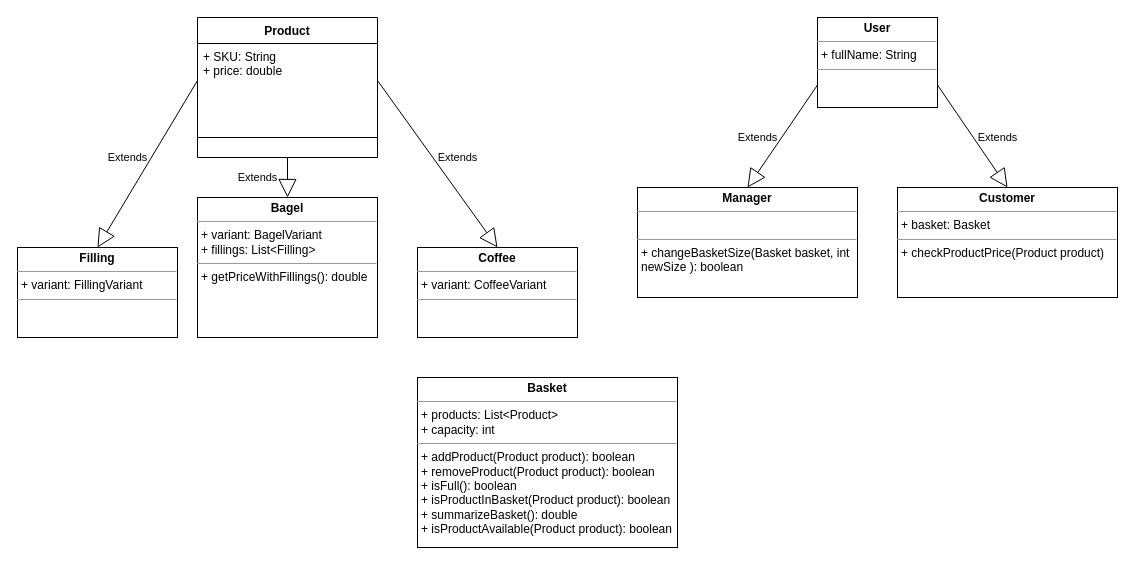
This is class-diagram.drawio from boolean-uk/java-tdd-oop-bobs-bagels, a draw.io file, before an edit. Source tidied: cells renumbered, new cells numbered last; positions are measured from the earlier drawing's top-left corner, leaving out a move shared by most shapes. Both pictures are drawn from the tidied source at 100%, with x=0, y=0 at pixel (17, 17).
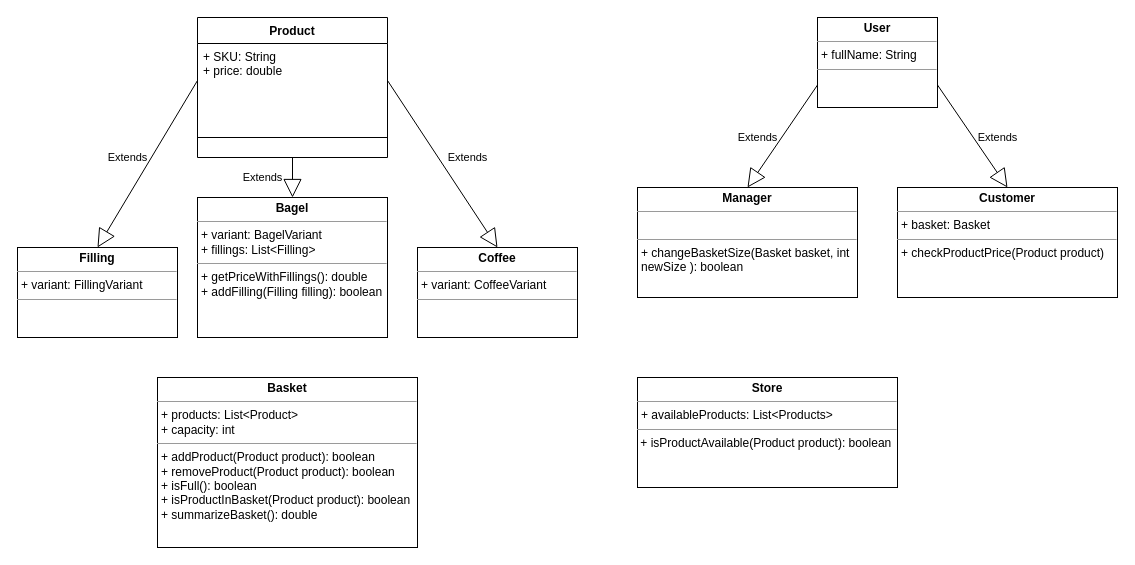
After the change.

Commit message (it also covers changes not shown here):
Add Store to class-diagram

Diff of the diagram source:
```diff
@@
 <mxGraphModel>
   <root>
     <mxCell id="0" />
     <mxCell id="1" parent="0" />
     <mxCell id="2" value="Product" style="swimlane;fontStyle=1;align=center;verticalAlign=top;horizontal=1;startSize=26;whiteSpace=wrap;html=1;" parent="1" vertex="1">
-      <mxGeometry x="180" width="180" height="140" as="geometry" />
+      <mxGeometry x="180" width="190" height="140" as="geometry" />
     </mxCell>
     <mxCell id="3" value="+ SKU: String&lt;br&gt;+ price: double&lt;br&gt;" style="text;strokeColor=none;fillColor=none;align=left;verticalAlign=top;spacingLeft=4;spacingRight=4;overflow=hidden;points=[[0,0.5],[1,0.5]];portConstraint=eastwest;whiteSpace=wrap;html=1;" parent="2" vertex="1">
-      <mxGeometry y="26" width="180" height="74" as="geometry" />
+      <mxGeometry y="26" width="190" height="74" as="geometry" />
     </mxCell>
     <mxCell id="4" style="line;strokeWidth=1;fillColor=none;align=left;verticalAlign=middle;spacingTop=-1;spacingLeft=3;spacingRight=3;labelPosition=right;strokeColor=inherit;" parent="2" vertex="1">
-      <mxGeometry y="100" width="180" height="40" as="geometry" />
+      <mxGeometry y="100" width="190" height="40" as="geometry" />
     </mxCell>
     <mxCell id="5" value="Extends" style="endArrow=block;endSize=16;endFill=0;html=1;rounded=0;entryX=0.5;entryY=0;entryDx=0;entryDy=0;" parent="1" edge="1" target="6">
       <mxGeometry y="-30" relative="1" as="geometry">
-        <mxPoint x="270" y="140" as="sourcePoint" />
+        <mxPoint x="275" y="140" as="sourcePoint" />
       </mxGeometry>
     </mxCell>
-    <mxCell id="6" value="&lt;p style=&quot;margin:0px;margin-top:4px;text-align:center;&quot;&gt;&lt;b&gt;Bagel&lt;/b&gt;&lt;/p&gt;&lt;hr size=&quot;1&quot;&gt;&lt;p style=&quot;margin:0px;margin-left:4px;&quot;&gt;+ variant: BagelVariant&lt;/p&gt;&lt;p style=&quot;margin:0px;margin-left:4px;&quot;&gt;+ fillings: List&amp;lt;Filling&amp;gt;&lt;/p&gt;&lt;hr size=&quot;1&quot;&gt;&lt;p style=&quot;margin:0px;margin-left:4px;&quot;&gt;+ getPriceWithFillings(): double&lt;/p&gt;" style="verticalAlign=top;align=left;overflow=fill;fontSize=12;fontFamily=Helvetica;html=1;whiteSpace=wrap;" parent="1" vertex="1">
-      <mxGeometry x="180" y="180" width="180" height="140" as="geometry" />
+    <mxCell id="6" value="&lt;p style=&quot;margin:0px;margin-top:4px;text-align:center;&quot;&gt;&lt;b&gt;Bagel&lt;/b&gt;&lt;/p&gt;&lt;hr size=&quot;1&quot;&gt;&lt;p style=&quot;margin:0px;margin-left:4px;&quot;&gt;+ variant: BagelVariant&lt;/p&gt;&lt;p style=&quot;margin:0px;margin-left:4px;&quot;&gt;+ fillings: List&amp;lt;Filling&amp;gt;&lt;/p&gt;&lt;hr size=&quot;1&quot;&gt;&lt;p style=&quot;margin:0px;margin-left:4px;&quot;&gt;+ getPriceWithFillings(): double&lt;/p&gt;&lt;p style=&quot;margin:0px;margin-left:4px;&quot;&gt;+ addFilling(Filling filling): boolean&lt;/p&gt;" style="verticalAlign=top;align=left;overflow=fill;fontSize=12;fontFamily=Helvetica;html=1;whiteSpace=wrap;" parent="1" vertex="1">
+      <mxGeometry x="180" y="180" width="190" height="140" as="geometry" />
     </mxCell>
     <mxCell id="7" value="&lt;p style=&quot;margin:0px;margin-top:4px;text-align:center;&quot;&gt;&lt;b&gt;Coffee&lt;/b&gt;&lt;/p&gt;&lt;hr size=&quot;1&quot;&gt;&lt;p style=&quot;margin:0px;margin-left:4px;&quot;&gt;+ variant: CoffeeVariant&lt;/p&gt;&lt;hr size=&quot;1&quot;&gt;&lt;p style=&quot;margin:0px;margin-left:4px;&quot;&gt;&lt;br&gt;&lt;/p&gt;" style="verticalAlign=top;align=left;overflow=fill;fontSize=12;fontFamily=Helvetica;html=1;whiteSpace=wrap;" parent="1" vertex="1">
       <mxGeometry x="400" y="230" width="160" height="90" as="geometry" />
     </mxCell>
     <mxCell id="8" value="Extends" style="endArrow=block;endSize=16;endFill=0;html=1;rounded=0;exitX=1;exitY=0.5;exitDx=0;exitDy=0;entryX=0.5;entryY=0;entryDx=0;entryDy=0;" parent="1" edge="1" source="3" target="7">
-      <mxGeometry x="0.06" y="20" relative="1" as="geometry" />
+      <mxGeometry x="0.08" y="24" relative="1" as="geometry">
+        <mxPoint x="1" as="offset" />
+      </mxGeometry>
     </mxCell>
-    <mxCell id="9" value="&lt;p style=&quot;margin:0px;margin-top:4px;text-align:center;&quot;&gt;&lt;b&gt;Basket&lt;/b&gt;&lt;/p&gt;&lt;hr size=&quot;1&quot;&gt;&lt;p style=&quot;margin:0px;margin-left:4px;&quot;&gt;+ products: List&amp;lt;Product&amp;gt;&lt;/p&gt;&lt;p style=&quot;margin:0px;margin-left:4px;&quot;&gt;+ capacity: int&lt;/p&gt;&lt;hr size=&quot;1&quot;&gt;&lt;p style=&quot;margin:0px;margin-left:4px;&quot;&gt;+ addProduct(Product product): boolean&lt;/p&gt;&lt;p style=&quot;margin:0px;margin-left:4px;&quot;&gt;+ removeProduct(Product product): boolean&lt;/p&gt;&lt;p style=&quot;margin:0px;margin-left:4px;&quot;&gt;+ isFull(): boolean&lt;/p&gt;&lt;p style=&quot;margin:0px;margin-left:4px;&quot;&gt;+ isProductInBasket(Product product): boolean&lt;/p&gt;&lt;p style=&quot;margin:0px;margin-left:4px;&quot;&gt;+ summarizeBasket(): double&lt;/p&gt;&lt;p style=&quot;margin:0px;margin-left:4px;&quot;&gt;+ isProductAvailable(Product product): boolean&lt;/p&gt;" style="verticalAlign=top;align=left;overflow=fill;fontSize=12;fontFamily=Helvetica;html=1;whiteSpace=wrap;" parent="1" vertex="1">
-      <mxGeometry x="400" y="360" width="260" height="170" as="geometry" />
+    <mxCell id="9" value="&lt;p style=&quot;margin:0px;margin-top:4px;text-align:center;&quot;&gt;&lt;b&gt;Basket&lt;/b&gt;&lt;/p&gt;&lt;hr size=&quot;1&quot;&gt;&lt;p style=&quot;margin:0px;margin-left:4px;&quot;&gt;+ products: List&amp;lt;Product&amp;gt;&lt;/p&gt;&lt;p style=&quot;margin:0px;margin-left:4px;&quot;&gt;+ capacity: int&lt;/p&gt;&lt;hr size=&quot;1&quot;&gt;&lt;p style=&quot;margin:0px;margin-left:4px;&quot;&gt;+ addProduct(Product product): boolean&lt;/p&gt;&lt;p style=&quot;margin:0px;margin-left:4px;&quot;&gt;+ removeProduct(Product product): boolean&lt;/p&gt;&lt;p style=&quot;margin:0px;margin-left:4px;&quot;&gt;+ isFull(): boolean&lt;/p&gt;&lt;p style=&quot;margin:0px;margin-left:4px;&quot;&gt;+ isProductInBasket(Product product): boolean&lt;/p&gt;&lt;p style=&quot;margin:0px;margin-left:4px;&quot;&gt;+ summarizeBasket(): double&lt;/p&gt;&lt;p style=&quot;margin:0px;margin-left:4px;&quot;&gt;&lt;br&gt;&lt;/p&gt;" style="verticalAlign=top;align=left;overflow=fill;fontSize=12;fontFamily=Helvetica;html=1;whiteSpace=wrap;" parent="1" vertex="1">
+      <mxGeometry x="140" y="360" width="260" height="170" as="geometry" />
     </mxCell>
     <mxCell id="10" value="&lt;p style=&quot;margin:0px;margin-top:4px;text-align:center;&quot;&gt;&lt;b&gt;User&lt;/b&gt;&lt;/p&gt;&lt;hr size=&quot;1&quot;&gt;&lt;p style=&quot;margin:0px;margin-left:4px;&quot;&gt;+ fullName: String&lt;/p&gt;&lt;hr size=&quot;1&quot;&gt;&lt;p style=&quot;margin:0px;margin-left:4px;&quot;&gt;&lt;br&gt;&lt;/p&gt;" style="verticalAlign=top;align=left;overflow=fill;fontSize=12;fontFamily=Helvetica;html=1;whiteSpace=wrap;" parent="1" vertex="1">
       <mxGeometry x="800" width="120" height="90" as="geometry" />
     </mxCell>
     <mxCell id="11" value="&lt;p style=&quot;margin:0px;margin-top:4px;text-align:center;&quot;&gt;&lt;b&gt;Manager&lt;/b&gt;&lt;/p&gt;&lt;hr size=&quot;1&quot;&gt;&lt;p style=&quot;margin:0px;margin-left:4px;&quot;&gt;&lt;br&gt;&lt;/p&gt;&lt;hr size=&quot;1&quot;&gt;&lt;p style=&quot;margin:0px;margin-left:4px;&quot;&gt;+ changeBasketSize(Basket basket, int newSize ): boolean&lt;/p&gt;" style="verticalAlign=top;align=left;overflow=fill;fontSize=12;fontFamily=Helvetica;html=1;whiteSpace=wrap;" parent="1" vertex="1">
       <mxGeometry x="620" y="170" width="220" height="110" as="geometry" />
     </mxCell>
     <mxCell id="12" value="&lt;p style=&quot;margin:0px;margin-top:4px;text-align:center;&quot;&gt;&lt;b&gt;Customer&lt;/b&gt;&lt;/p&gt;&lt;hr size=&quot;1&quot;&gt;&lt;p style=&quot;margin:0px;margin-left:4px;&quot;&gt;+ basket: Basket&lt;/p&gt;&lt;hr size=&quot;1&quot;&gt;&lt;p style=&quot;margin:0px;margin-left:4px;&quot;&gt;+ checkProductPrice(Product product)&lt;/p&gt;&lt;p style=&quot;margin:0px;margin-left:4px;&quot;&gt;&lt;br&gt;&lt;/p&gt;" style="verticalAlign=top;align=left;overflow=fill;fontSize=12;fontFamily=Helvetica;html=1;whiteSpace=wrap;" parent="1" vertex="1">
       <mxGeometry x="880" y="170" width="220" height="110" as="geometry" />
     </mxCell>
     <mxCell id="13" value="Extends" style="endArrow=block;endSize=16;endFill=0;html=1;rounded=0;exitX=1;exitY=0.75;exitDx=0;exitDy=0;entryX=0.5;entryY=0;entryDx=0;entryDy=0;" parent="1" edge="1" source="10" target="12">
       <mxGeometry x="0.24" y="20" relative="1" as="geometry" />
     </mxCell>
     <mxCell id="14" value="Extends" style="endArrow=block;endSize=16;endFill=0;html=1;rounded=0;exitX=0;exitY=0.75;exitDx=0;exitDy=0;entryX=0.5;entryY=0;entryDx=0;entryDy=0;" parent="1" edge="1" source="10" target="11">
       <mxGeometry x="0.24" y="-20" relative="1" as="geometry" />
     </mxCell>
     <mxCell id="15" value="&lt;p style=&quot;margin:0px;margin-top:4px;text-align:center;&quot;&gt;&lt;b&gt;Filling&lt;/b&gt;&lt;/p&gt;&lt;hr size=&quot;1&quot;&gt;&lt;p style=&quot;margin:0px;margin-left:4px;&quot;&gt;+ variant: FillingVariant&lt;/p&gt;&lt;hr size=&quot;1&quot;&gt;&lt;p style=&quot;margin:0px;margin-left:4px;&quot;&gt;&lt;br&gt;&lt;/p&gt;" style="verticalAlign=top;align=left;overflow=fill;fontSize=12;fontFamily=Helvetica;html=1;whiteSpace=wrap;" parent="1" vertex="1">
       <mxGeometry y="230" width="160" height="90" as="geometry" />
     </mxCell>
     <mxCell id="16" value="Extends" style="endArrow=block;endSize=16;endFill=0;html=1;rounded=0;entryX=0.5;entryY=0;entryDx=0;entryDy=0;exitX=0;exitY=0.5;exitDx=0;exitDy=0;" parent="1" edge="1" source="3" target="15">
       <mxGeometry x="0.05" y="-20" relative="1" as="geometry" />
     </mxCell>
+    <mxCell id="17" value="&lt;p style=&quot;margin:0px;margin-top:4px;text-align:center;&quot;&gt;&lt;b&gt;Store&lt;/b&gt;&lt;/p&gt;&lt;hr size=&quot;1&quot;&gt;&lt;p style=&quot;margin:0px;margin-left:4px;&quot;&gt;+ availableProducts: List&amp;lt;Products&amp;gt;&lt;/p&gt;&lt;hr size=&quot;1&quot;&gt;&lt;p style=&quot;margin:0px;margin-left:4px;&quot;&gt;&lt;/p&gt;&amp;nbsp;+ isProductAvailable(Product product): boolean" style="verticalAlign=top;align=left;overflow=fill;fontSize=12;fontFamily=Helvetica;html=1;whiteSpace=wrap;" parent="1" vertex="1">
+      <mxGeometry x="620" y="360" width="260" height="110" as="geometry" />
+    </mxCell>
   </root>
 </mxGraphModel>
```
